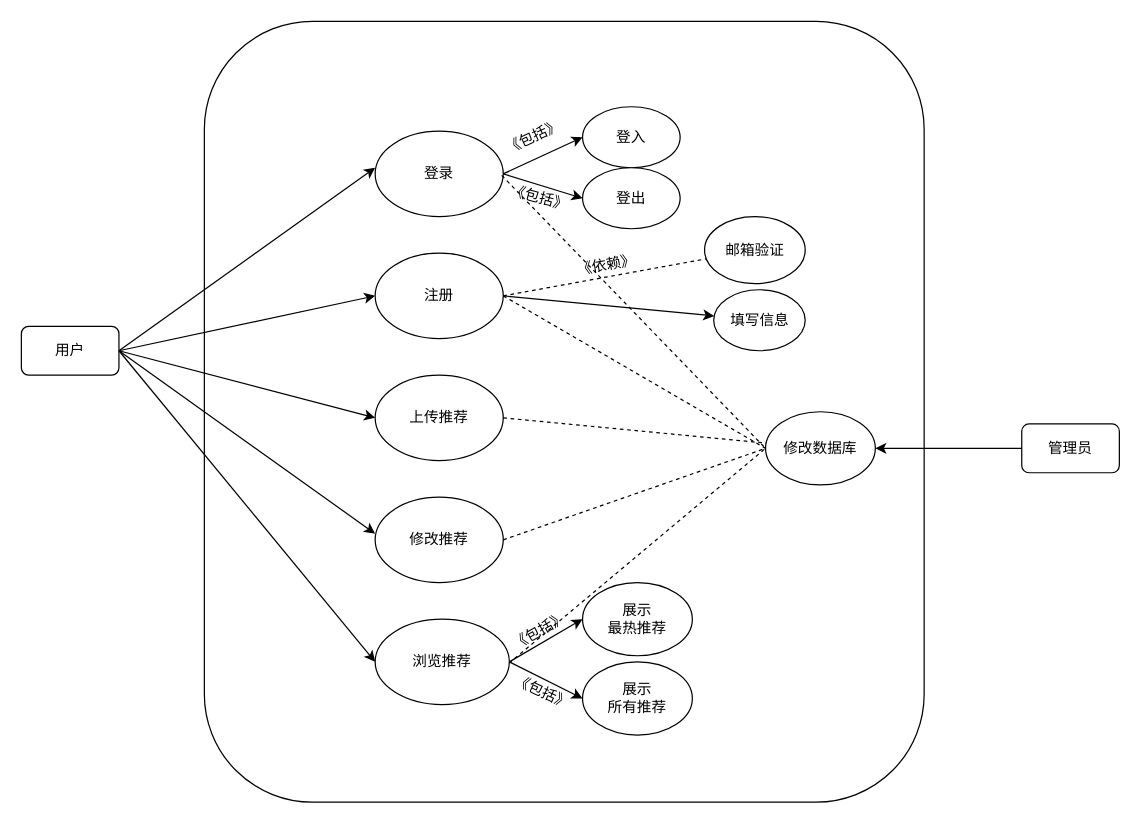
This is DOCUMENT/uml/用况图.drawio from unicornt/takeaway_recommend, a draw.io file, before an edit. Source tidied: cells renumbered, new cells numbered last; positions are measured from the earlier drawing's top-left corner, leaving out a move shared by most shapes. Both pictures are drawn from the tidied source at 122%, with x=0, y=0 at pixel (21, 21).
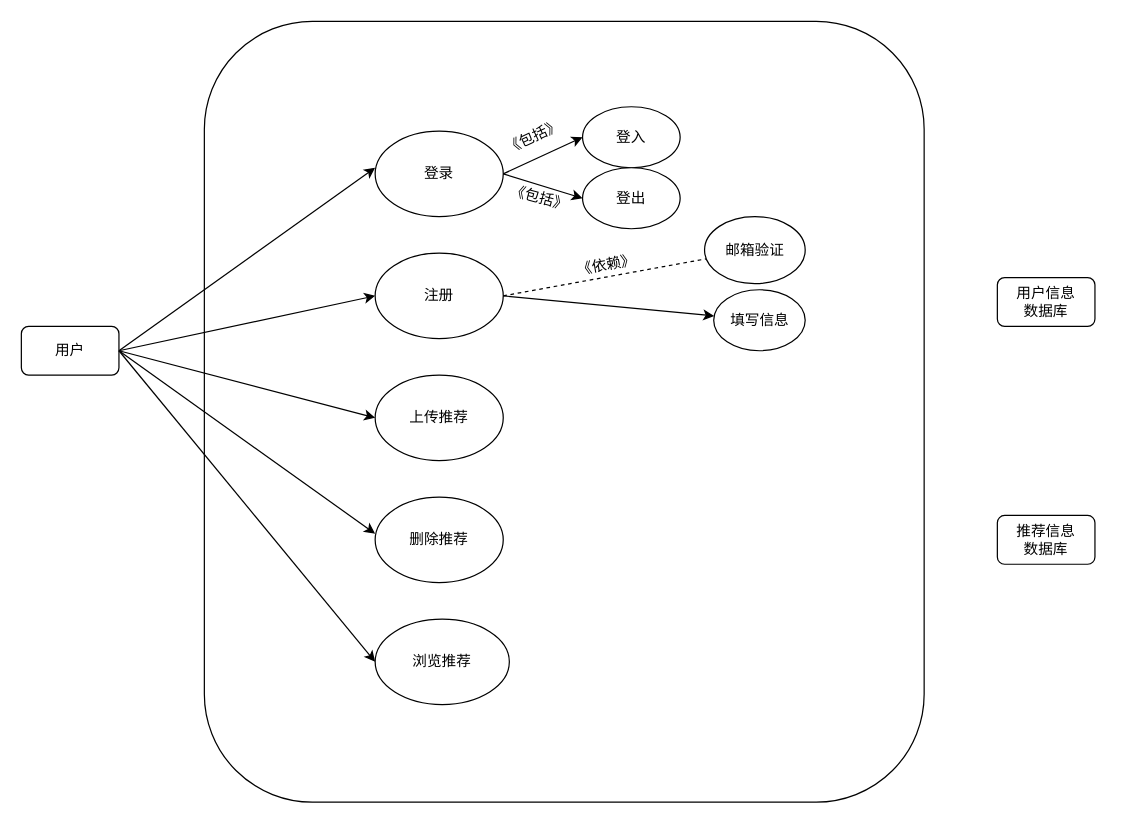
After the change.

The change refers to these unchanged cells:
```xml
<mxCell id="9" value="注册" style="ellipse;whiteSpace=wrap;html=1;" parent="1" vertex="1">
  <mxGeometry x="290" y="190" width="105" height="70" as="geometry" />
</mxCell>
<mxCell id="10" value="上传推荐" style="ellipse;whiteSpace=wrap;html=1;" parent="1" vertex="1">
  <mxGeometry x="290" y="290" width="105" height="70" as="geometry" />
</mxCell>
<mxCell id="15" value="《包括》" style="text;html=1;strokeColor=none;fillColor=none;align=center;verticalAlign=middle;whiteSpace=wrap;rounded=0;rotation=15;" parent="1" vertex="1">
  <mxGeometry x="390" y="135" width="70" height="20" as="geometry" />
</mxCell>
<mxCell id="19" value="浏览推荐" style="ellipse;whiteSpace=wrap;html=1;" parent="1" vertex="1">
  <mxGeometry x="290" y="490" width="110" height="70" as="geometry" />
</mxCell>
```

The edit, as a diff of the source:
```diff
@@
-    <mxCell id="11" value="修改推荐" style="ellipse;whiteSpace=wrap;html=1;" parent="1" vertex="1">
+    <mxCell id="11" value="删除推荐" style="ellipse;whiteSpace=wrap;html=1;" parent="1" vertex="1">
       <mxGeometry x="290" y="390" width="105" height="70" as="geometry" />
     </mxCell>
@@
-    <mxCell id="21" value="展示&lt;br&gt;最热推荐" style="ellipse;whiteSpace=wrap;html=1;" parent="1" vertex="1">
-      <mxGeometry x="460" y="460" width="90" height="60" as="geometry" />
-    </mxCell>
-    <mxCell id="22" value="展示&lt;br&gt;所有推荐" style="ellipse;whiteSpace=wrap;html=1;" parent="1" vertex="1">
-      <mxGeometry x="460" y="525" width="90" height="60" as="geometry" />
-    </mxCell>
@@
-    <mxCell id="26" style="endArrow=classic;html=1;exitX=1;exitY=0.5;exitDx=0;exitDy=0;entryX=0;entryY=0.5;entryDx=0;entryDy=0;" parent="1" edge="1" source="19" target="21">
-      <mxGeometry relative="1" as="geometry" />
-    </mxCell>
-    <mxCell id="27" value="《包括》" style="text;html=1;strokeColor=none;fillColor=none;align=center;verticalAlign=middle;whiteSpace=wrap;rounded=0;rotation=-30;" parent="1" vertex="1">
-      <mxGeometry x="390" y="490" width="70" height="20" as="geometry" />
-    </mxCell>
-    <mxCell id="28" style="endArrow=classic;html=1;exitX=1;exitY=0.5;exitDx=0;exitDy=0;entryX=0;entryY=0.5;entryDx=0;entryDy=0;" parent="1" edge="1" source="19" target="22">
-      <mxGeometry relative="1" as="geometry" />
-    </mxCell>
-    <mxCell id="29" value="《包括》" style="text;html=1;strokeColor=none;fillColor=none;align=center;verticalAlign=middle;whiteSpace=wrap;rounded=0;rotation=25;" parent="1" vertex="1">
-      <mxGeometry x="400" y="540" width="55" height="20" as="geometry" />
-    </mxCell>
@@
-    <mxCell id="32" value="管理员" style="rounded=1;whiteSpace=wrap;html=1;" parent="1" vertex="1">
-      <mxGeometry x="820" y="330" width="80" height="40" as="geometry" />
-    </mxCell>
-    <mxCell id="33" value="修改数据库" style="ellipse;whiteSpace=wrap;html=1;" parent="1" vertex="1">
-      <mxGeometry x="610" y="320" width="90" height="60" as="geometry" />
-    </mxCell>
-    <mxCell id="34" style="endArrow=none;dashed=1;html=1;exitX=1;exitY=0.5;exitDx=0;exitDy=0;" parent="1" edge="1" source="10" target="33">
-      <mxGeometry relative="1" as="geometry" />
-    </mxCell>
-    <mxCell id="35" style="endArrow=none;dashed=1;html=1;exitX=0;exitY=0;exitDx=0;exitDy=0;entryX=0;entryY=0.5;entryDx=0;entryDy=0;" parent="1" edge="1" source="15" target="33">
-      <mxGeometry relative="1" as="geometry" />
-    </mxCell>
-    <mxCell id="36" style="endArrow=none;dashed=1;html=1;exitX=1;exitY=0.5;exitDx=0;exitDy=0;entryX=0;entryY=0.5;entryDx=0;entryDy=0;" parent="1" edge="1" source="9" target="33">
-      <mxGeometry relative="1" as="geometry" />
-    </mxCell>
-    <mxCell id="37" style="endArrow=none;dashed=1;html=1;exitX=1;exitY=0.5;exitDx=0;exitDy=0;entryX=0;entryY=0.5;entryDx=0;entryDy=0;" parent="1" edge="1" source="11" target="33">
-      <mxGeometry relative="1" as="geometry" />
-    </mxCell>
-    <mxCell id="38" style="endArrow=none;dashed=1;html=1;exitX=0;exitY=1;exitDx=0;exitDy=0;entryX=0;entryY=0.5;entryDx=0;entryDy=0;" parent="1" edge="1" source="27" target="33">
-      <mxGeometry relative="1" as="geometry" />
-    </mxCell>
-    <mxCell id="39" style="endArrow=classic;html=1;exitX=0;exitY=0.5;exitDx=0;exitDy=0;entryX=1;entryY=0.5;entryDx=0;entryDy=0;" parent="1" edge="1" source="32" target="33">
-      <mxGeometry relative="1" as="geometry" />
-    </mxCell>
+    <mxCell id="40" value="推荐信息&lt;br&gt;数据库" style="rounded=1;whiteSpace=wrap;html=1;" parent="1" vertex="1">
+      <mxGeometry x="800" y="405" width="80" height="40" as="geometry" />
+    </mxCell>
+    <mxCell id="41" value="用户信息&lt;br&gt;数据库" style="rounded=1;whiteSpace=wrap;html=1;" parent="1" vertex="1">
+      <mxGeometry x="800" y="210" width="80" height="40" as="geometry" />
+    </mxCell>
```
